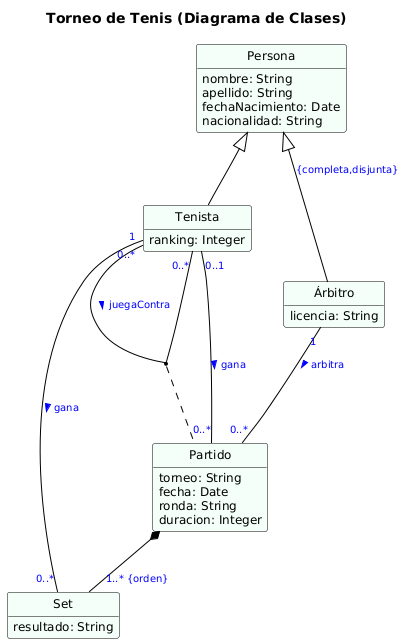
IISSI-US/web keeps this PlantUML diagram as assets/images/iissi1/mc2mr/torneo-tenis-clases.png. Above is the earlier version.
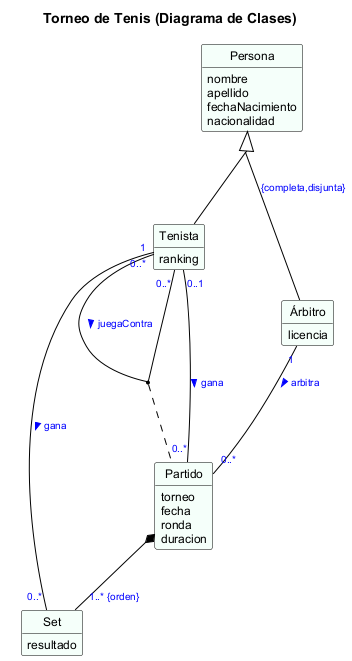
The same file after the commit.

The edit, as a diff of the source:
```diff
@@ -1,32 +1,35 @@
 @startuml torneo-tenis-clases
 !include ../estilos/final.iuml
+
+skinparam groupInheritance 2
+
 title Torneo de Tenis (Diagrama de Clases)
 
 
 class Persona {
-  nombre: String
-  apellido: String
-  fechaNacimiento: Date
-  nacionalidad: String
+  nombre
+  apellido
+  fechaNacimiento
+  nacionalidad
 }
 
 class Tenista {
-  ranking: Integer
+  ranking
 }
 
 class Árbitro {
-  licencia: String
+  licencia
 }
 
 class Partido {
-  torneo: String
-  fecha: Date
-  ronda: String
-  duracion: Integer
+  torneo
+  fecha
+  ronda
+  duracion
 }
 
 class Set {
-  resultado: String
+  resultado
 }
 
 Persona <|-- Tenista
```
